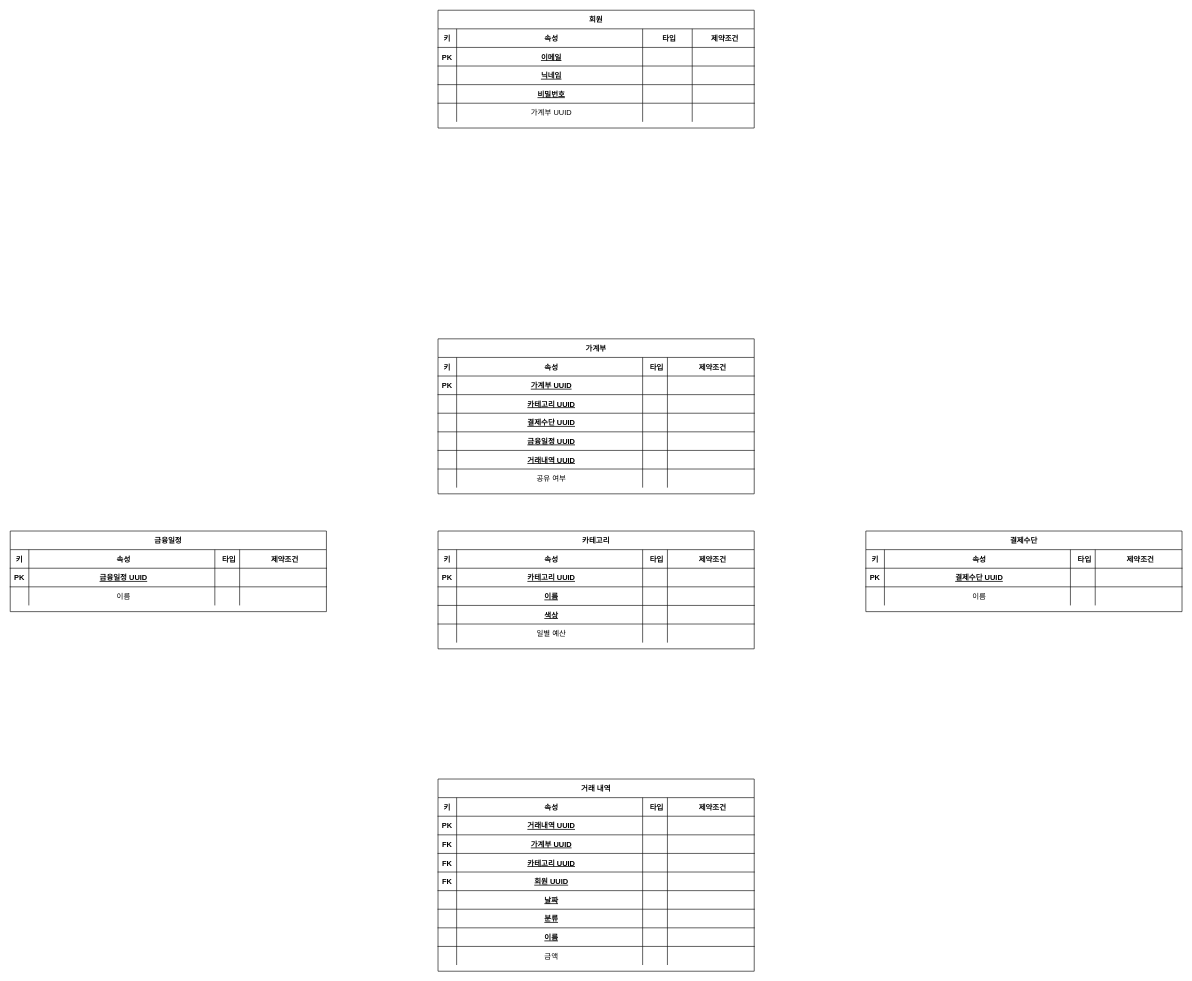
Above: 웹 가계부 ERD.drawio in HyunjinNoh/screen-budget-backend (draw.io), before the change. Source tidied: cells renumbered, new cells numbered last; positions are measured from the earlier drawing's top-left corner, leaving out a move shared by most shapes. Both pictures are drawn from the tidied source at 62%, with x=0, y=0 at pixel (10, 10).
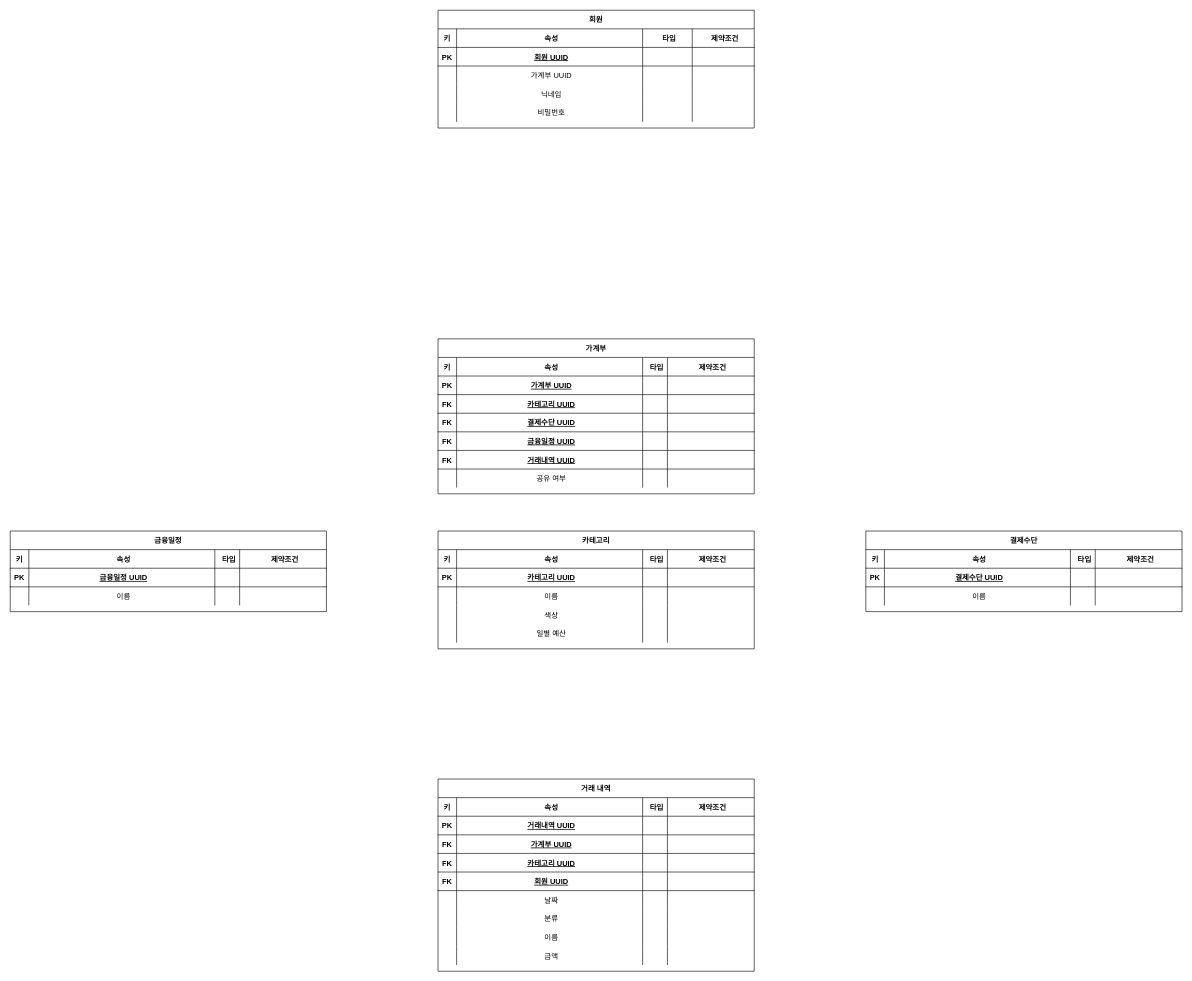
The same diagram, later.

Commit message (it also covers changes not shown here):
웹 가계부 ERD.drawio 업데이트

The change refers to these unchanged cells:
```xml
<mxCell id="2" value="회원" style="shape=table;startSize=30;childLayout=tableLayout;rowLines=0;fontStyle=1;align=center;" parent="1" vertex="1">
  <mxGeometry x="690" width="510" height="190" as="geometry" />
</mxCell>
<mxCell id="8" style="shape=partialRectangle;fillColor=none;points=[[0,0.5],[1,0.5]];portConstraint=eastwest;top=0;left=0;right=0;bottom=1;" parent="2" vertex="1">
  <mxGeometry y="60" width="510" height="30" as="geometry" />
</mxCell>
<mxCell id="29" value="카테고리" style="shape=table;startSize=30;childLayout=tableLayout;rowLines=0;fontStyle=1;align=center;" parent="1" vertex="1">
  <mxGeometry x="690" y="840" width="510" height="190" as="geometry" />
</mxCell>
<mxCell id="67" style="shape=partialRectangle;fillColor=none;top=0;left=0;right=0;bottom=1;" parent="56" vertex="1">
  <mxGeometry y="90" width="510" height="30" as="geometry" />
</mxCell>
<mxCell id="72" style="shape=partialRectangle;fillColor=none;top=0;left=0;right=0;bottom=1;" parent="56" vertex="1">
  <mxGeometry y="120" width="510" height="30" as="geometry" />
</mxCell>
<mxCell id="77" style="shape=partialRectangle;fillColor=none;top=0;left=0;right=0;bottom=1;" parent="56" vertex="1">
  <mxGeometry y="150" width="510" height="30" as="geometry" />
</mxCell>
<mxCell id="82" style="shape=partialRectangle;fillColor=none;top=0;left=0;right=0;bottom=1;" parent="56" vertex="1">
  <mxGeometry y="180" width="510" height="30" as="geometry" />
</mxCell>
<mxCell id="110" value="거래 내역" style="shape=table;startSize=30;childLayout=tableLayout;rowLines=0;fontStyle=1;align=center;" parent="1" vertex="1">
  <mxGeometry x="690" y="1240" width="510" height="310" as="geometry" />
</mxCell>
```

Diff of the diagram source:
```diff
@@
-    <mxCell id="10" value="이메일" style="shape=partialRectangle;overflow=hidden;fillColor=none;top=0;left=0;bottom=0;right=0;align=center;spacingLeft=6;fontStyle=5;" parent="8" vertex="1">
+    <mxCell id="10" value="회원 UUID" style="shape=partialRectangle;overflow=hidden;fillColor=none;top=0;left=0;bottom=0;right=0;align=center;spacingLeft=6;fontStyle=5;" parent="8" vertex="1">
       <mxGeometry x="30" width="300" height="30" as="geometry" />
     </mxCell>
@@
-    <mxCell id="13" style="shape=partialRectangle;fillColor=none;top=0;left=0;right=0;bottom=1;" parent="2" vertex="1">
-      <mxGeometry y="90" width="510" height="30" as="geometry" />
-    </mxCell>
-    <mxCell id="14" style="shape=partialRectangle;overflow=hidden;fillColor=none;top=0;left=0;bottom=0;right=0;fontStyle=1;" parent="13" vertex="1">
-      <mxGeometry width="30" height="30" as="geometry" />
-    </mxCell>
-    <mxCell id="15" value="닉네임" style="shape=partialRectangle;overflow=hidden;fillColor=none;top=0;left=0;bottom=0;right=0;align=center;spacingLeft=6;fontStyle=5;" parent="13" vertex="1">
-      <mxGeometry x="30" width="300" height="30" as="geometry" />
-    </mxCell>
-    <mxCell id="16" style="shape=partialRectangle;overflow=hidden;fillColor=none;top=0;left=0;bottom=0;right=0;align=left;spacingLeft=6;fontStyle=5;" parent="13" vertex="1">
-      <mxGeometry x="330" width="80" height="30" as="geometry" />
-    </mxCell>
-    <mxCell id="17" style="shape=partialRectangle;overflow=hidden;fillColor=none;top=0;left=0;bottom=0;right=0;align=left;spacingLeft=6;fontStyle=5;" parent="13" vertex="1">
-      <mxGeometry x="410" width="100" height="30" as="geometry" />
-    </mxCell>
-    <mxCell id="18" style="shape=partialRectangle;fillColor=none;top=0;left=0;right=0;bottom=1;" parent="2" vertex="1">
-      <mxGeometry y="120" width="510" height="30" as="geometry" />
-    </mxCell>
-    <mxCell id="19" style="shape=partialRectangle;overflow=hidden;fillColor=none;top=0;left=0;bottom=0;right=0;fontStyle=1;" parent="18" vertex="1">
-      <mxGeometry width="30" height="30" as="geometry" />
-    </mxCell>
-    <mxCell id="20" value="비밀번호" style="shape=partialRectangle;overflow=hidden;fillColor=none;top=0;left=0;bottom=0;right=0;align=center;spacingLeft=6;fontStyle=5;" parent="18" vertex="1">
-      <mxGeometry x="30" width="300" height="30" as="geometry" />
-    </mxCell>
-    <mxCell id="21" style="shape=partialRectangle;overflow=hidden;fillColor=none;top=0;left=0;bottom=0;right=0;align=left;spacingLeft=6;fontStyle=5;" parent="18" vertex="1">
-      <mxGeometry x="330" width="80" height="30" as="geometry" />
-    </mxCell>
-    <mxCell id="22" style="shape=partialRectangle;overflow=hidden;fillColor=none;top=0;left=0;bottom=0;right=0;align=left;spacingLeft=6;fontStyle=5;" parent="18" vertex="1">
-      <mxGeometry x="410" width="100" height="30" as="geometry" />
-    </mxCell>
     <mxCell id="23" style="shape=partialRectangle;fillColor=none;top=0;left=0;right=0;bottom=0;" parent="2" vertex="1">
-      <mxGeometry y="150" width="510" height="30" as="geometry" />
+      <mxGeometry y="90" width="510" height="30" as="geometry" />
     </mxCell>
@@
+    <mxCell id="175" style="shape=partialRectangle;fillColor=none;top=0;left=0;right=0;bottom=0;" parent="2" vertex="1">
+      <mxGeometry y="120" width="510" height="30" as="geometry" />
+    </mxCell>
+    <mxCell id="176" style="shape=partialRectangle;overflow=hidden;fillColor=none;top=0;left=0;bottom=0;right=0;" parent="175" vertex="1">
+      <mxGeometry width="30" height="30" as="geometry" />
+    </mxCell>
+    <mxCell id="15" value="닉네임" style="shape=partialRectangle;overflow=hidden;fillColor=none;top=0;left=0;bottom=0;right=0;align=center;spacingLeft=6;" parent="175" vertex="1">
+      <mxGeometry x="30" width="300" height="30" as="geometry" />
+    </mxCell>
+    <mxCell id="177" style="shape=partialRectangle;overflow=hidden;fillColor=none;top=0;left=0;bottom=0;right=0;align=left;spacingLeft=6;" parent="175" vertex="1">
+      <mxGeometry x="330" width="80" height="30" as="geometry" />
+    </mxCell>
+    <mxCell id="178" style="shape=partialRectangle;overflow=hidden;fillColor=none;top=0;left=0;bottom=0;right=0;align=left;spacingLeft=6;" parent="175" vertex="1">
+      <mxGeometry x="410" width="100" height="30" as="geometry" />
+    </mxCell>
+    <mxCell id="179" style="shape=partialRectangle;fillColor=none;top=0;left=0;right=0;bottom=0;" parent="2" vertex="1">
+      <mxGeometry y="150" width="510" height="30" as="geometry" />
+    </mxCell>
+    <mxCell id="180" style="shape=partialRectangle;overflow=hidden;fillColor=none;top=0;left=0;bottom=0;right=0;" parent="179" vertex="1">
+      <mxGeometry width="30" height="30" as="geometry" />
+    </mxCell>
+    <mxCell id="20" value="비밀번호" style="shape=partialRectangle;overflow=hidden;fillColor=none;top=0;left=0;bottom=0;right=0;align=center;spacingLeft=6;" parent="179" vertex="1">
+      <mxGeometry x="30" width="300" height="30" as="geometry" />
+    </mxCell>
+    <mxCell id="181" style="shape=partialRectangle;overflow=hidden;fillColor=none;top=0;left=0;bottom=0;right=0;align=left;spacingLeft=6;" parent="179" vertex="1">
+      <mxGeometry x="330" width="80" height="30" as="geometry" />
+    </mxCell>
+    <mxCell id="182" style="shape=partialRectangle;overflow=hidden;fillColor=none;top=0;left=0;bottom=0;right=0;align=left;spacingLeft=6;" parent="179" vertex="1">
+      <mxGeometry x="410" width="100" height="30" as="geometry" />
+    </mxCell>
@@
-    <mxCell id="40" style="shape=partialRectangle;fillColor=none;points=[[0,0.5],[1,0.5]];portConstraint=eastwest;top=0;left=0;right=0;bottom=1;" parent="29" vertex="1">
-      <mxGeometry y="90" width="510" height="30" as="geometry" />
-    </mxCell>
-    <mxCell id="41" style="shape=partialRectangle;overflow=hidden;fillColor=none;top=0;left=0;bottom=0;right=0;fontStyle=1;" parent="40" vertex="1">
-      <mxGeometry width="30" height="30" as="geometry" />
-    </mxCell>
-    <mxCell id="42" value="이름" style="shape=partialRectangle;overflow=hidden;fillColor=none;top=0;left=0;bottom=0;right=0;align=center;spacingLeft=6;fontStyle=5;" parent="40" vertex="1">
-      <mxGeometry x="30" width="300" height="30" as="geometry" />
-    </mxCell>
-    <mxCell id="43" style="shape=partialRectangle;overflow=hidden;fillColor=none;top=0;left=0;bottom=0;right=0;align=left;spacingLeft=6;fontStyle=5;" parent="40" vertex="1">
-      <mxGeometry x="330" width="40" height="30" as="geometry" />
-    </mxCell>
-    <mxCell id="44" style="shape=partialRectangle;overflow=hidden;fillColor=none;top=0;left=0;bottom=0;right=0;align=left;spacingLeft=6;fontStyle=5;" parent="40" vertex="1">
-      <mxGeometry x="370" width="140" height="30" as="geometry" />
-    </mxCell>
-    <mxCell id="45" style="shape=partialRectangle;fillColor=none;top=0;left=0;right=0;bottom=1;" parent="29" vertex="1">
-      <mxGeometry y="120" width="510" height="30" as="geometry" />
-    </mxCell>
-    <mxCell id="46" style="shape=partialRectangle;overflow=hidden;fillColor=none;top=0;left=0;bottom=0;right=0;fontStyle=1;" parent="45" vertex="1">
-      <mxGeometry width="30" height="30" as="geometry" />
-    </mxCell>
-    <mxCell id="47" value="색상" style="shape=partialRectangle;overflow=hidden;fillColor=none;top=0;left=0;bottom=0;right=0;align=center;spacingLeft=6;fontStyle=5;" parent="45" vertex="1">
-      <mxGeometry x="30" width="300" height="30" as="geometry" />
-    </mxCell>
-    <mxCell id="48" style="shape=partialRectangle;overflow=hidden;fillColor=none;top=0;left=0;bottom=0;right=0;align=left;spacingLeft=6;fontStyle=5;" parent="45" vertex="1">
-      <mxGeometry x="330" width="40" height="30" as="geometry" />
-    </mxCell>
-    <mxCell id="49" style="shape=partialRectangle;overflow=hidden;fillColor=none;top=0;left=0;bottom=0;right=0;align=left;spacingLeft=6;fontStyle=5;" parent="45" vertex="1">
-      <mxGeometry x="370" width="140" height="30" as="geometry" />
-    </mxCell>
     <mxCell id="50" style="shape=partialRectangle;fillColor=none;top=0;left=0;right=0;bottom=0;" parent="29" vertex="1">
-      <mxGeometry y="150" width="510" height="30" as="geometry" />
+      <mxGeometry y="90" width="510" height="30" as="geometry" />
     </mxCell>
@@
-    <mxCell id="52" value="일별 예산" style="shape=partialRectangle;overflow=hidden;fillColor=none;top=0;left=0;bottom=0;right=0;align=center;spacingLeft=6;" parent="50" vertex="1">
+    <mxCell id="52" value="이름" style="shape=partialRectangle;overflow=hidden;fillColor=none;top=0;left=0;bottom=0;right=0;align=center;spacingLeft=6;" parent="50" vertex="1">
       <mxGeometry x="30" width="300" height="30" as="geometry" />
     </mxCell>
@@
+    <mxCell id="183" style="shape=partialRectangle;fillColor=none;top=0;left=0;right=0;bottom=0;" parent="29" vertex="1">
+      <mxGeometry y="120" width="510" height="30" as="geometry" />
+    </mxCell>
+    <mxCell id="184" style="shape=partialRectangle;overflow=hidden;fillColor=none;top=0;left=0;bottom=0;right=0;" parent="183" vertex="1">
+      <mxGeometry width="30" height="30" as="geometry" />
+    </mxCell>
+    <mxCell id="47" value="색상" style="shape=partialRectangle;overflow=hidden;fillColor=none;top=0;left=0;bottom=0;right=0;align=center;spacingLeft=6;" parent="183" vertex="1">
+      <mxGeometry x="30" width="300" height="30" as="geometry" />
+    </mxCell>
+    <mxCell id="185" style="shape=partialRectangle;overflow=hidden;fillColor=none;top=0;left=0;bottom=0;right=0;align=left;spacingLeft=6;" parent="183" vertex="1">
+      <mxGeometry x="330" width="40" height="30" as="geometry" />
+    </mxCell>
+    <mxCell id="186" style="shape=partialRectangle;overflow=hidden;fillColor=none;top=0;left=0;bottom=0;right=0;align=left;spacingLeft=6;" parent="183" vertex="1">
+      <mxGeometry x="370" width="140" height="30" as="geometry" />
+    </mxCell>
+    <mxCell id="187" style="shape=partialRectangle;fillColor=none;top=0;left=0;right=0;bottom=0;" parent="29" vertex="1">
+      <mxGeometry y="150" width="510" height="30" as="geometry" />
+    </mxCell>
+    <mxCell id="188" style="shape=partialRectangle;overflow=hidden;fillColor=none;top=0;left=0;bottom=0;right=0;" parent="187" vertex="1">
+      <mxGeometry width="30" height="30" as="geometry" />
+    </mxCell>
+    <mxCell id="189" value="일별 예산" style="shape=partialRectangle;overflow=hidden;fillColor=none;top=0;left=0;bottom=0;right=0;align=center;spacingLeft=6;" parent="187" vertex="1">
+      <mxGeometry x="30" width="300" height="30" as="geometry" />
+    </mxCell>
+    <mxCell id="190" style="shape=partialRectangle;overflow=hidden;fillColor=none;top=0;left=0;bottom=0;right=0;align=left;spacingLeft=6;" parent="187" vertex="1">
+      <mxGeometry x="330" width="40" height="30" as="geometry" />
+    </mxCell>
+    <mxCell id="191" style="shape=partialRectangle;overflow=hidden;fillColor=none;top=0;left=0;bottom=0;right=0;align=left;spacingLeft=6;" parent="187" vertex="1">
+      <mxGeometry x="370" width="140" height="30" as="geometry" />
+    </mxCell>
-    <mxCell id="55" style="edgeStyle=orthogonalEdgeStyle;rounded=0;orthogonalLoop=1;jettySize=auto;html=1;exitX=1;exitY=0.5;exitDx=0;exitDy=0;" parent="29" edge="1" source="40" target="40">
+    <mxCell id="55" style="edgeStyle=orthogonalEdgeStyle;rounded=0;orthogonalLoop=1;jettySize=auto;html=1;exitX=1;exitY=0.5;exitDx=0;exitDy=0;" parent="29" edge="1">
       <mxGeometry relative="1" as="geometry" />
     </mxCell>
@@
-    <mxCell id="68" style="shape=partialRectangle;overflow=hidden;fillColor=none;top=0;left=0;bottom=0;right=0;fontStyle=1;" parent="67" vertex="1">
+    <mxCell id="68" value="FK" style="shape=partialRectangle;overflow=hidden;fillColor=none;top=0;left=0;bottom=0;right=0;fontStyle=1;" parent="67" vertex="1">
       <mxGeometry width="30" height="30" as="geometry" />
     </mxCell>
-    <mxCell id="69" value="카테고리 UUID" style="shape=partialRectangle;overflow=hidden;fillColor=none;top=0;left=0;bottom=0;right=0;align=center;spacingLeft=6;fontStyle=5;" parent="67" vertex="1">
+    <mxCell id="69" value="카테고리 UUID" style="shape=partialRectangle;overflow=hidden;fillColor=none;top=0;left=0;bottom=0;right=0;align=center;spacingLeft=6;fontStyle=5;strokeColor=inherit;" parent="67" vertex="1">
       <mxGeometry x="30" width="300" height="30" as="geometry" />
     </mxCell>
@@
-    <mxCell id="73" style="shape=partialRectangle;overflow=hidden;fillColor=none;top=0;left=0;bottom=0;right=0;fontStyle=1;" parent="72" vertex="1">
+    <mxCell id="73" value="FK" style="shape=partialRectangle;overflow=hidden;fillColor=none;top=0;left=0;bottom=0;right=0;fontStyle=1;" parent="72" vertex="1">
       <mxGeometry width="30" height="30" as="geometry" />
     </mxCell>
@@
-    <mxCell id="78" style="shape=partialRectangle;overflow=hidden;fillColor=none;top=0;left=0;bottom=0;right=0;fontStyle=1;" parent="77" vertex="1">
+    <mxCell id="78" value="FK" style="shape=partialRectangle;overflow=hidden;fillColor=none;top=0;left=0;bottom=0;right=0;fontStyle=1;" parent="77" vertex="1">
       <mxGeometry width="30" height="30" as="geometry" />
     </mxCell>
@@
-    <mxCell id="83" style="shape=partialRectangle;overflow=hidden;fillColor=none;top=0;left=0;bottom=0;right=0;fontStyle=1;" parent="82" vertex="1">
+    <mxCell id="83" value="FK" style="shape=partialRectangle;overflow=hidden;fillColor=none;top=0;left=0;bottom=0;right=0;fontStyle=1;" parent="82" vertex="1">
       <mxGeometry width="30" height="30" as="geometry" />
     </mxCell>
@@
-    <mxCell id="136" style="shape=partialRectangle;fillColor=none;top=0;left=0;right=0;bottom=1;" parent="110" vertex="1">
-      <mxGeometry y="180" width="510" height="30" as="geometry" />
-    </mxCell>
-    <mxCell id="137" style="shape=partialRectangle;overflow=hidden;fillColor=none;top=0;left=0;bottom=0;right=0;fontStyle=1;" parent="136" vertex="1">
-      <mxGeometry width="30" height="30" as="geometry" />
-    </mxCell>
-    <mxCell id="138" value="날짜" style="shape=partialRectangle;overflow=hidden;fillColor=none;top=0;left=0;bottom=0;right=0;align=center;spacingLeft=6;fontStyle=5;" parent="136" vertex="1">
-      <mxGeometry x="30" width="300" height="30" as="geometry" />
-    </mxCell>
-    <mxCell id="139" style="shape=partialRectangle;overflow=hidden;fillColor=none;top=0;left=0;bottom=0;right=0;align=left;spacingLeft=6;fontStyle=5;" parent="136" vertex="1">
-      <mxGeometry x="330" width="40" height="30" as="geometry" />
-    </mxCell>
-    <mxCell id="140" style="shape=partialRectangle;overflow=hidden;fillColor=none;top=0;left=0;bottom=0;right=0;align=left;spacingLeft=6;fontStyle=5;" parent="136" vertex="1">
-      <mxGeometry x="370" width="140" height="30" as="geometry" />
-    </mxCell>
-    <mxCell id="141" style="shape=partialRectangle;fillColor=none;top=0;left=0;right=0;bottom=1;" parent="110" vertex="1">
-      <mxGeometry y="210" width="510" height="30" as="geometry" />
-    </mxCell>
-    <mxCell id="142" style="shape=partialRectangle;overflow=hidden;fillColor=none;top=0;left=0;bottom=0;right=0;fontStyle=1;" parent="141" vertex="1">
-      <mxGeometry width="30" height="30" as="geometry" />
-    </mxCell>
-    <mxCell id="143" value="분류" style="shape=partialRectangle;overflow=hidden;fillColor=none;top=0;left=0;bottom=0;right=0;align=center;spacingLeft=6;fontStyle=5;" parent="141" vertex="1">
-      <mxGeometry x="30" width="300" height="30" as="geometry" />
-    </mxCell>
-    <mxCell id="144" style="shape=partialRectangle;overflow=hidden;fillColor=none;top=0;left=0;bottom=0;right=0;align=left;spacingLeft=6;fontStyle=5;" parent="141" vertex="1">
-      <mxGeometry x="330" width="40" height="30" as="geometry" />
-    </mxCell>
-    <mxCell id="145" style="shape=partialRectangle;overflow=hidden;fillColor=none;top=0;left=0;bottom=0;right=0;align=left;spacingLeft=6;fontStyle=5;" parent="141" vertex="1">
-      <mxGeometry x="370" width="140" height="30" as="geometry" />
-    </mxCell>
-    <mxCell id="146" style="shape=partialRectangle;fillColor=none;top=0;left=0;right=0;bottom=1;" parent="110" vertex="1">
-      <mxGeometry y="240" width="510" height="30" as="geometry" />
-    </mxCell>
-    <mxCell id="147" style="shape=partialRectangle;overflow=hidden;fillColor=none;top=0;left=0;bottom=0;right=0;fontStyle=1;" parent="146" vertex="1">
-      <mxGeometry width="30" height="30" as="geometry" />
-    </mxCell>
-    <mxCell id="148" value="이름" style="shape=partialRectangle;overflow=hidden;fillColor=none;top=0;left=0;bottom=0;right=0;align=center;spacingLeft=6;fontStyle=5;" parent="146" vertex="1">
-      <mxGeometry x="30" width="300" height="30" as="geometry" />
-    </mxCell>
-    <mxCell id="149" style="shape=partialRectangle;overflow=hidden;fillColor=none;top=0;left=0;bottom=0;right=0;align=left;spacingLeft=6;fontStyle=5;" parent="146" vertex="1">
-      <mxGeometry x="330" width="40" height="30" as="geometry" />
-    </mxCell>
-    <mxCell id="150" style="shape=partialRectangle;overflow=hidden;fillColor=none;top=0;left=0;bottom=0;right=0;align=left;spacingLeft=6;fontStyle=5;" parent="146" vertex="1">
-      <mxGeometry x="370" width="140" height="30" as="geometry" />
-    </mxCell>
     <mxCell id="151" style="shape=partialRectangle;fillColor=none;top=0;left=0;right=0;bottom=0;" parent="110" vertex="1">
-      <mxGeometry y="270" width="510" height="30" as="geometry" />
+      <mxGeometry y="180" width="510" height="30" as="geometry" />
     </mxCell>
@@
-    <mxCell id="153" value="금액" style="shape=partialRectangle;overflow=hidden;fillColor=none;top=0;left=0;bottom=0;right=0;align=center;spacingLeft=6;" parent="151" vertex="1">
+    <mxCell id="153" value="날짜" style="shape=partialRectangle;overflow=hidden;fillColor=none;top=0;left=0;bottom=0;right=0;align=center;spacingLeft=6;" parent="151" vertex="1">
       <mxGeometry x="30" width="300" height="30" as="geometry" />
     </mxCell>
@@
+    <mxCell id="192" style="shape=partialRectangle;fillColor=none;top=0;left=0;right=0;bottom=0;" parent="110" vertex="1">
+      <mxGeometry y="210" width="510" height="30" as="geometry" />
+    </mxCell>
+    <mxCell id="193" style="shape=partialRectangle;overflow=hidden;fillColor=none;top=0;left=0;bottom=0;right=0;" parent="192" vertex="1">
+      <mxGeometry width="30" height="30" as="geometry" />
+    </mxCell>
+    <mxCell id="143" value="분류" style="shape=partialRectangle;overflow=hidden;fillColor=none;top=0;left=0;bottom=0;right=0;align=center;spacingLeft=6;" parent="192" vertex="1">
+      <mxGeometry x="30" width="300" height="30" as="geometry" />
+    </mxCell>
+    <mxCell id="194" style="shape=partialRectangle;overflow=hidden;fillColor=none;top=0;left=0;bottom=0;right=0;align=left;spacingLeft=6;" parent="192" vertex="1">
+      <mxGeometry x="330" width="40" height="30" as="geometry" />
+    </mxCell>
+    <mxCell id="195" style="shape=partialRectangle;overflow=hidden;fillColor=none;top=0;left=0;bottom=0;right=0;align=left;spacingLeft=6;" parent="192" vertex="1">
+      <mxGeometry x="370" width="140" height="30" as="geometry" />
+    </mxCell>
+    <mxCell id="196" style="shape=partialRectangle;fillColor=none;top=0;left=0;right=0;bottom=0;" parent="110" vertex="1">
+      <mxGeometry y="240" width="510" height="30" as="geometry" />
+    </mxCell>
+    <mxCell id="197" style="shape=partialRectangle;overflow=hidden;fillColor=none;top=0;left=0;bottom=0;right=0;" parent="196" vertex="1">
+      <mxGeometry width="30" height="30" as="geometry" />
+    </mxCell>
+    <mxCell id="198" value="이름" style="shape=partialRectangle;overflow=hidden;fillColor=none;top=0;left=0;bottom=0;right=0;align=center;spacingLeft=6;" parent="196" vertex="1">
+      <mxGeometry x="30" width="300" height="30" as="geometry" />
+    </mxCell>
+    <mxCell id="199" style="shape=partialRectangle;overflow=hidden;fillColor=none;top=0;left=0;bottom=0;right=0;align=left;spacingLeft=6;" parent="196" vertex="1">
+      <mxGeometry x="330" width="40" height="30" as="geometry" />
+    </mxCell>
+    <mxCell id="200" style="shape=partialRectangle;overflow=hidden;fillColor=none;top=0;left=0;bottom=0;right=0;align=left;spacingLeft=6;" parent="196" vertex="1">
+      <mxGeometry x="370" width="140" height="30" as="geometry" />
+    </mxCell>
+    <mxCell id="201" style="shape=partialRectangle;fillColor=none;top=0;left=0;right=0;bottom=0;" parent="110" vertex="1">
+      <mxGeometry y="270" width="510" height="30" as="geometry" />
+    </mxCell>
+    <mxCell id="202" style="shape=partialRectangle;overflow=hidden;fillColor=none;top=0;left=0;bottom=0;right=0;" parent="201" vertex="1">
+      <mxGeometry width="30" height="30" as="geometry" />
+    </mxCell>
+    <mxCell id="203" value="금액" style="shape=partialRectangle;overflow=hidden;fillColor=none;top=0;left=0;bottom=0;right=0;align=center;spacingLeft=6;" parent="201" vertex="1">
+      <mxGeometry x="30" width="300" height="30" as="geometry" />
+    </mxCell>
+    <mxCell id="204" style="shape=partialRectangle;overflow=hidden;fillColor=none;top=0;left=0;bottom=0;right=0;align=left;spacingLeft=6;" parent="201" vertex="1">
+      <mxGeometry x="330" width="40" height="30" as="geometry" />
+    </mxCell>
+    <mxCell id="205" style="shape=partialRectangle;overflow=hidden;fillColor=none;top=0;left=0;bottom=0;right=0;align=left;spacingLeft=6;" parent="201" vertex="1">
+      <mxGeometry x="370" width="140" height="30" as="geometry" />
+    </mxCell>
```
